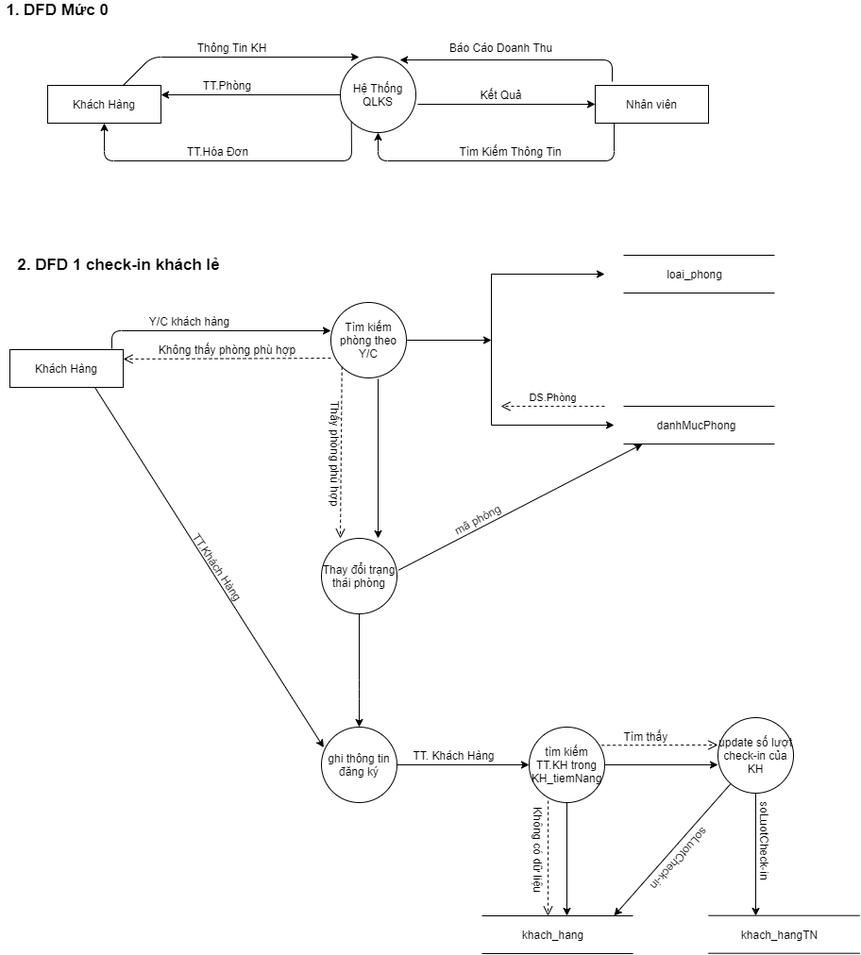
Before: DFD-hotel.png, a diagram exported from draw.io (maialino123/QLKS). Source tidied: cells renumbered, new cells last; positions are measured from the earlier drawing's top-left corner, leaving out a move shared by most shapes.
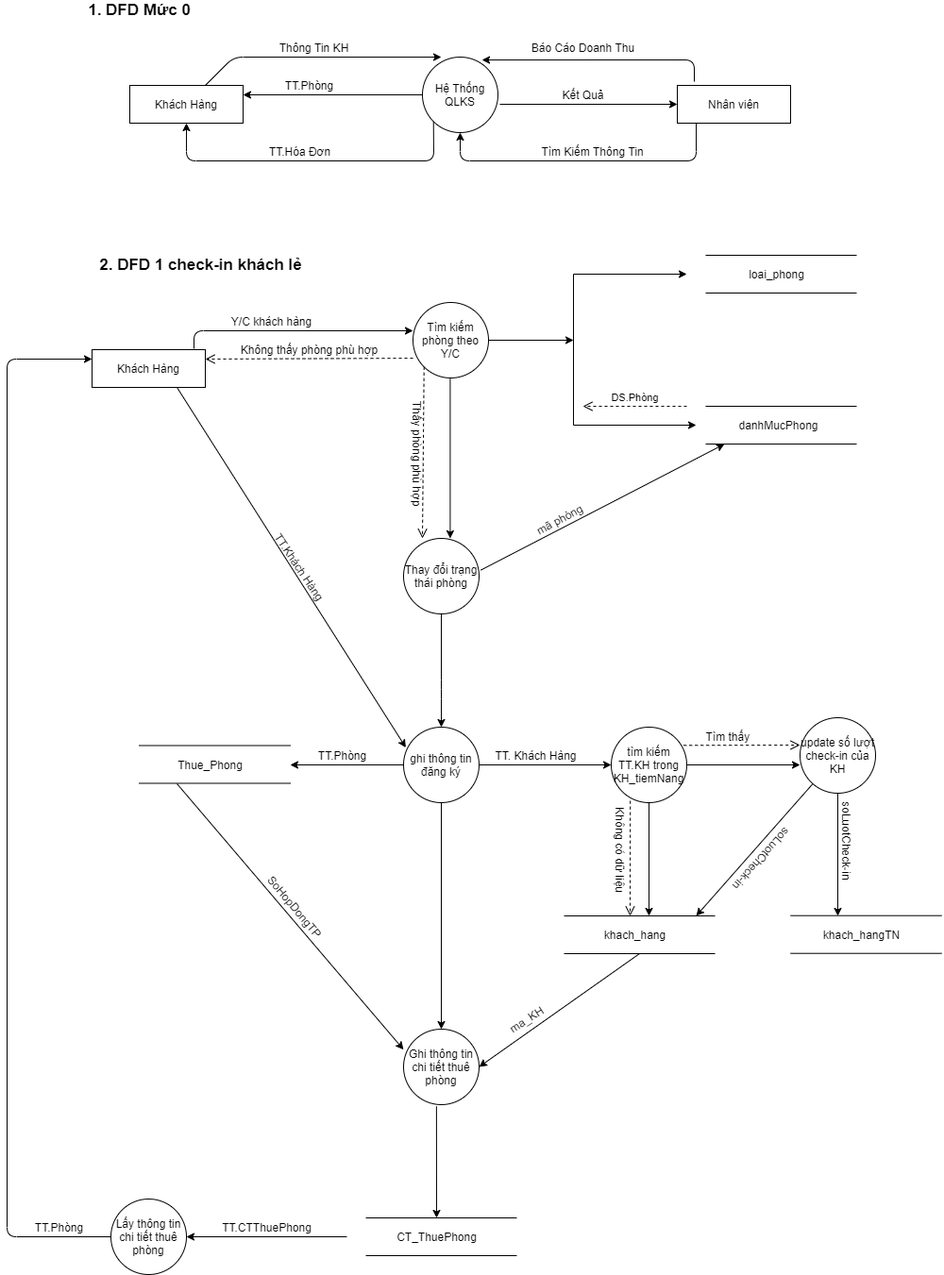
After the commit.

Diff of the diagram source:
```diff
@@ -164,8 +164,8 @@
     </mxCell>
     <mxCell id="37" style="endArrow=classic;html=1;" parent="1" edge="1">
       <mxGeometry relative="1" as="geometry">
-        <mxPoint x="400" y="401" as="sourcePoint" />
-        <mxPoint x="400" y="570" as="targetPoint" />
+        <mxPoint x="389.4" y="401" as="sourcePoint" />
+        <mxPoint x="389.4" y="570" as="targetPoint" />
       </mxGeometry>
     </mxCell>
     <mxCell id="38" value="Thấy phòng phù hợp" style="text;html=1;align=center;verticalAlign=middle;rotation=90;" parent="1" vertex="1">
@@ -285,5 +285,93 @@
         <mxPoint x="650" y="970" as="targetPoint" />
       </mxGeometry>
     </mxCell>
+    <mxCell id="66" style="endArrow=classic;html=1;" parent="1" edge="1" source="43">
+      <mxGeometry relative="1" as="geometry">
+        <mxPoint x="220" y="810" as="targetPoint" />
+      </mxGeometry>
+    </mxCell>
+    <mxCell id="67" style="endArrow=none;html=1;" parent="1" edge="1">
+      <mxGeometry relative="1" as="geometry">
+        <mxPoint x="60" y="789.5" as="sourcePoint" />
+        <mxPoint x="220" y="789.5" as="targetPoint" />
+      </mxGeometry>
+    </mxCell>
+    <mxCell id="68" style="endArrow=none;html=1;" parent="1" edge="1">
+      <mxGeometry relative="1" as="geometry">
+        <mxPoint x="60" y="829.5" as="sourcePoint" />
+        <mxPoint x="220" y="829.5" as="targetPoint" />
+      </mxGeometry>
+    </mxCell>
+    <mxCell id="69" value="Thue_Phong" style="text;html=1;align=center;verticalAlign=middle;" parent="1" vertex="1">
+      <mxGeometry x="95" y="799.5" width="80" height="20" as="geometry" />
+    </mxCell>
+    <mxCell id="70" value="TT.Phòng" style="text;html=1;align=center;verticalAlign=middle;" parent="1" vertex="1">
+      <mxGeometry x="240" y="790" width="70" height="20" as="geometry" />
+    </mxCell>
+    <mxCell id="71" style="endArrow=classic;html=1;exitX=0.5;exitY=1;exitDx=0;exitDy=0;entryX=0.5;entryY=0;entryDx=0;entryDy=0;" parent="1" edge="1" source="43" target="72">
+      <mxGeometry relative="1" as="geometry" />
+    </mxCell>
+    <mxCell id="72" value="Ghi thông tin chi tiết thuê phòng" style="ellipse;whiteSpace=wrap;html=1;" parent="1" vertex="1">
+      <mxGeometry x="340" y="1090" width="80" height="80" as="geometry" />
+    </mxCell>
+    <mxCell id="73" style="endArrow=classic;html=1;entryX=1;entryY=0.5;entryDx=0;entryDy=0;" parent="1" edge="1" target="72">
+      <mxGeometry relative="1" as="geometry">
+        <mxPoint x="590" y="1010" as="sourcePoint" />
+      </mxGeometry>
+    </mxCell>
+    <mxCell id="74" value="ma_KH" style="text;html=1;align=center;verticalAlign=middle;rotation=327;" parent="1" vertex="1">
+      <mxGeometry x="440" y="1070" width="60" height="20" as="geometry" />
+    </mxCell>
+    <mxCell id="75" style="endArrow=classic;html=1;entryX=0;entryY=0.271;entryDx=0;entryDy=0;entryPerimeter=0;" parent="1" edge="1" target="72">
+      <mxGeometry relative="1" as="geometry">
+        <mxPoint x="100" y="830" as="sourcePoint" />
+      </mxGeometry>
+    </mxCell>
+    <mxCell id="76" value="SoHopDongTP" style="text;html=1;align=center;verticalAlign=middle;rotation=50;" parent="1" vertex="1">
+      <mxGeometry x="175" y="950" width="100" height="20" as="geometry" />
+    </mxCell>
+    <mxCell id="77" style="endArrow=classic;html=1;exitX=0.436;exitY=1.023;exitDx=0;exitDy=0;exitPerimeter=0;" parent="1" edge="1" source="72">
+      <mxGeometry relative="1" as="geometry">
+        <mxPoint x="375" y="1290" as="targetPoint" />
+      </mxGeometry>
+    </mxCell>
+    <mxCell id="78" style="endArrow=none;html=1;" parent="1" edge="1">
+      <mxGeometry relative="1" as="geometry">
+        <mxPoint x="300" y="1290" as="sourcePoint" />
+        <mxPoint x="460" y="1290" as="targetPoint" />
+      </mxGeometry>
+    </mxCell>
+    <mxCell id="79" style="endArrow=none;html=1;" parent="1" edge="1">
+      <mxGeometry relative="1" as="geometry">
+        <mxPoint x="300" y="1330" as="sourcePoint" />
+        <mxPoint x="460" y="1330" as="targetPoint" />
+      </mxGeometry>
+    </mxCell>
+    <mxCell id="80" value="CT_ThuePhong" style="text;html=1;align=center;verticalAlign=middle;" parent="1" vertex="1">
+      <mxGeometry x="325" y="1300" width="100" height="20" as="geometry" />
+    </mxCell>
+    <mxCell id="81" style="endArrow=classic;html=1;" parent="1" edge="1">
+      <mxGeometry relative="1" as="geometry">
+        <mxPoint x="280" y="1310" as="sourcePoint" />
+        <mxPoint x="110" y="1310" as="targetPoint" />
+      </mxGeometry>
+    </mxCell>
+    <mxCell id="82" value="TT.CTThuePhong" style="text;html=1;align=center;verticalAlign=middle;" parent="1" vertex="1">
+      <mxGeometry x="140" y="1290" width="110" height="20" as="geometry" />
+    </mxCell>
+    <mxCell id="83" value="Lấy thông tin chi tiết thuê phòng" style="ellipse;whiteSpace=wrap;html=1;" parent="1" vertex="1">
+      <mxGeometry x="30" y="1270" width="80" height="80" as="geometry" />
+    </mxCell>
+    <mxCell id="84" style="endArrow=classic;html=1;entryX=0;entryY=0.25;entryDx=0;entryDy=0;" parent="1" edge="1" source="83" target="19">
+      <mxGeometry relative="1" as="geometry">
+        <Array as="points">
+          <mxPoint x="-80" y="1310" />
+          <mxPoint x="-80" y="380" />
+        </Array>
+      </mxGeometry>
+    </mxCell>
+    <mxCell id="85" value="TT.Phòng" style="text;html=1;align=center;verticalAlign=middle;" parent="1" vertex="1">
+      <mxGeometry x="-60" y="1290" width="70" height="20" as="geometry" />
+    </mxCell>
   </root>
 </mxGraphModel>
```
